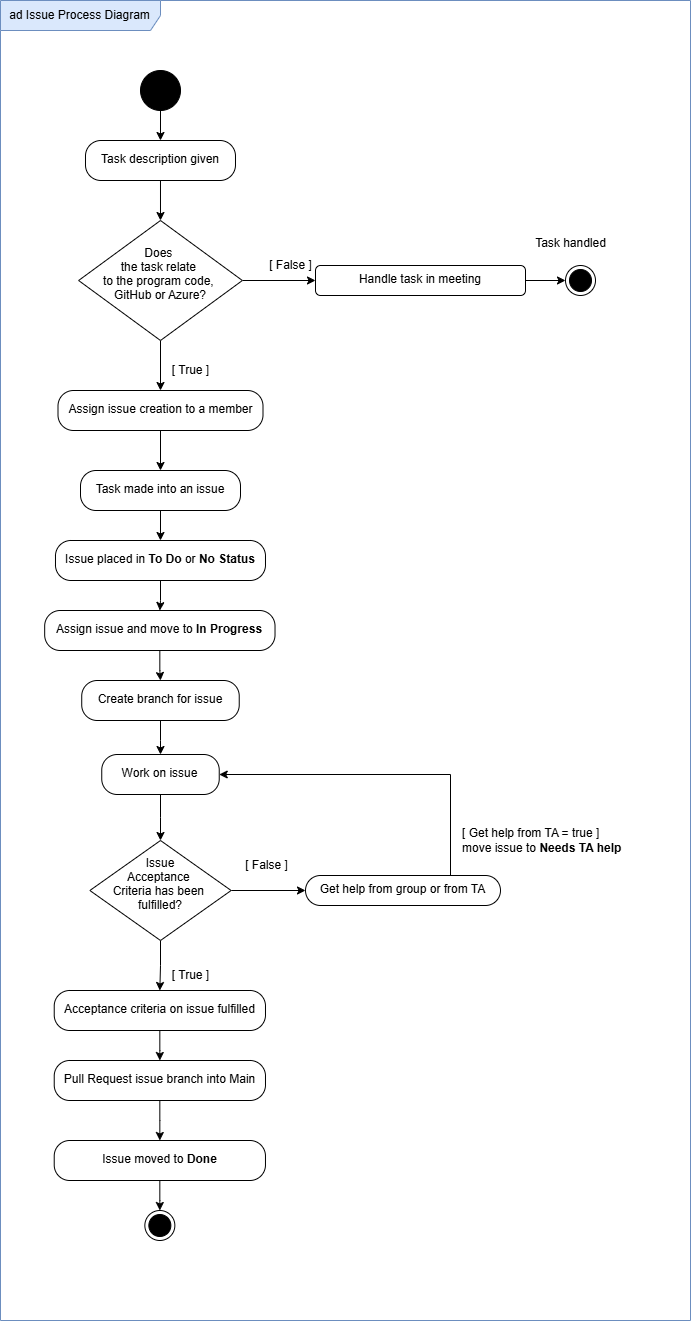
Above: docs/images/BDSA-TeamWork-diagram.png in ITU-BDSA2024-GROUP30/Chirp (draw.io), before the change. Source tidied: cells renumbered, new cells last; positions are measured from the earlier drawing's top-left corner, leaving out a move shared by most shapes.
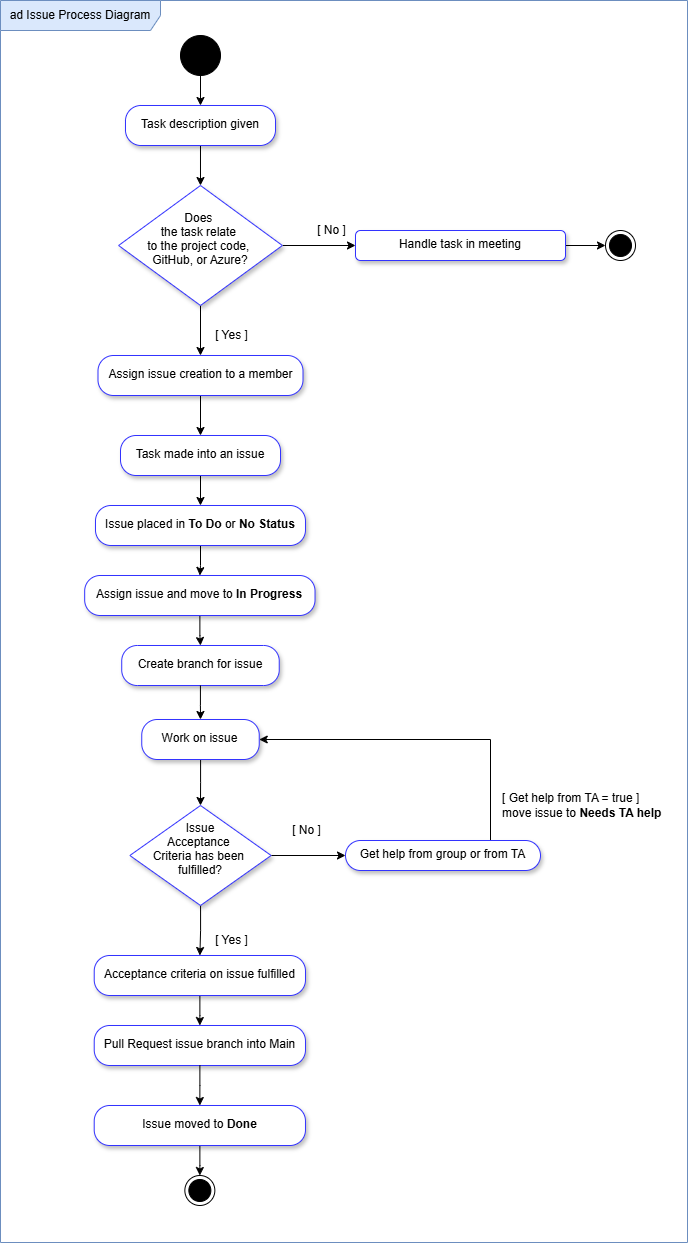
The same file after the commit.

Commit message:
Report: team work diagram and text added

What changed in the source:
```diff
@@ -11,11 +11,11 @@
     <mxCell id="4" style="edgeStyle=orthogonalEdgeStyle;rounded=0;jettySize=auto;html=1;" parent="1" edge="1" source="5" target="9">
       <mxGeometry relative="1" as="geometry" />
     </mxCell>
-    <mxCell id="5" value="&lt;div style=&quot;padding-right: 0px; padding-top: 5px;&quot;&gt;&lt;span style=&quot;background-color: initial;&quot;&gt;Task&amp;nbsp;&lt;/span&gt;&lt;span style=&quot;background-color: initial;&quot;&gt;description given&lt;/span&gt;&lt;/div&gt;" style="html=1;align=center;verticalAlign=top;rounded=1;absoluteArcSize=1;arcSize=31;dashed=0;whiteSpace=wrap;" parent="1" vertex="1">
+    <mxCell id="5" value="&lt;div style=&quot;padding-right: 0px; padding-top: 5px;&quot;&gt;&lt;span style=&quot;background-color: initial;&quot;&gt;Task&amp;nbsp;&lt;/span&gt;&lt;span style=&quot;background-color: initial;&quot;&gt;description given&lt;/span&gt;&lt;/div&gt;" style="html=1;align=center;verticalAlign=top;rounded=1;absoluteArcSize=1;arcSize=31;dashed=0;whiteSpace=wrap;shadow=1;strokeColor=#3333FF;" parent="1" vertex="1">
       <mxGeometry x="85" y="140" width="150" height="40" as="geometry" />
     </mxCell>
     <mxCell id="6" value="ad Issue Process Diagram" style="shape=umlFrame;whiteSpace=wrap;html=1;width=160;fillColor=#dae8fc;strokeColor=#6c8ebf;" parent="1" vertex="1">
-      <mxGeometry width="690" height="1320" as="geometry" />
+      <mxGeometry x="-40" y="35" width="687" height="1242" as="geometry" />
     </mxCell>
     <mxCell id="7" style="edgeStyle=orthogonalEdgeStyle;rounded=0;jettySize=auto;html=1;entryX=0.5;entryY=0;entryDx=0;entryDy=0;" parent="1" edge="1" source="9" target="16">
       <mxGeometry relative="1" as="geometry" />
@@ -23,61 +23,61 @@
     <mxCell id="8" style="edgeStyle=orthogonalEdgeStyle;rounded=0;jettySize=auto;html=1;entryX=0;entryY=0.5;entryDx=0;entryDy=0;" parent="1" edge="1" source="9" target="11">
       <mxGeometry relative="1" as="geometry" />
     </mxCell>
-    <mxCell id="9" value="Does &#10;the task relate &#10;to the program code, &#10;GitHub or Azure?&#10;" style="rhombus;" parent="1" vertex="1">
+    <mxCell id="9" value="Does &#10;the task relate &#10;to the project code, &#10;GitHub, or Azure?&#10;" style="rhombus;shadow=1;strokeColor=#3333FF;" parent="1" vertex="1">
       <mxGeometry x="78.1" y="220" width="163.8" height="120" as="geometry" />
     </mxCell>
     <mxCell id="10" style="edgeStyle=orthogonalEdgeStyle;rounded=0;jettySize=auto;html=1;entryX=0;entryY=0.5;entryDx=0;entryDy=0;" parent="1" edge="1" source="11" target="14">
       <mxGeometry relative="1" as="geometry" />
     </mxCell>
-    <mxCell id="11" value="Handle&amp;nbsp;&lt;span style=&quot;background-color: initial;&quot;&gt;task in meeting&lt;/span&gt;" style="html=1;align=center;verticalAlign=top;rounded=1;absoluteArcSize=1;arcSize=10;dashed=0;whiteSpace=wrap;" parent="1" vertex="1">
+    <mxCell id="11" value="Handle&amp;nbsp;&lt;span style=&quot;background-color: initial;&quot;&gt;task in meeting&lt;/span&gt;" style="html=1;align=center;verticalAlign=top;rounded=1;absoluteArcSize=1;arcSize=10;dashed=0;whiteSpace=wrap;shadow=1;strokeColor=#3333FF;" parent="1" vertex="1">
       <mxGeometry x="315" y="265" width="210" height="30" as="geometry" />
     </mxCell>
-    <mxCell id="12" value="[ True ]" style="text;html=1;align=center;verticalAlign=middle;strokeColor=none;fillColor=none;" parent="1" vertex="1">
-      <mxGeometry x="160" y="355" width="60" height="30" as="geometry" />
+    <mxCell id="12" value="[ Yes ]" style="text;html=1;align=center;verticalAlign=middle;strokeColor=none;fillColor=none;" parent="1" vertex="1">
+      <mxGeometry x="165" y="357" width="51" height="26" as="geometry" />
     </mxCell>
-    <mxCell id="13" value="[ False ]" style="text;html=1;align=center;verticalAlign=middle;strokeColor=none;fillColor=none;" parent="1" vertex="1">
-      <mxGeometry x="255" y="250" width="70" height="30" as="geometry" />
+    <mxCell id="13" value="[ No ]" style="text;html=1;align=center;verticalAlign=middle;strokeColor=none;fillColor=none;" parent="1" vertex="1">
+      <mxGeometry x="267" y="252" width="47" height="26" as="geometry" />
     </mxCell>
-    <mxCell id="14" style="ellipse;html=1;shape=endState;fillColor=strokeColor;" parent="1" vertex="1">
+    <mxCell id="14" style="ellipse;html=1;shape=endState;fillColor=strokeColor;strokeColor=#000000;" parent="1" vertex="1">
       <mxGeometry x="565" y="265" width="30" height="30" as="geometry" />
     </mxCell>
     <mxCell id="15" style="edgeStyle=orthogonalEdgeStyle;rounded=0;jettySize=auto;html=1;entryX=0.5;entryY=0;entryDx=0;entryDy=0;" parent="1" edge="1" source="16" target="18">
       <mxGeometry relative="1" as="geometry" />
     </mxCell>
-    <mxCell id="16" value="&lt;div style=&quot;padding-right: 0px; padding-top: 5px;&quot;&gt;Assign issue creation to a member&lt;/div&gt;" style="html=1;align=center;verticalAlign=top;rounded=1;absoluteArcSize=1;arcSize=31;dashed=0;whiteSpace=wrap;" parent="1" vertex="1">
+    <mxCell id="16" value="&lt;div style=&quot;padding-right: 0px; padding-top: 5px;&quot;&gt;Assign issue creation to a member&lt;/div&gt;" style="html=1;align=center;verticalAlign=top;rounded=1;absoluteArcSize=1;arcSize=31;dashed=0;whiteSpace=wrap;shadow=1;strokeColor=#3333FF;" parent="1" vertex="1">
       <mxGeometry x="57.5" y="390" width="205" height="40" as="geometry" />
     </mxCell>
     <mxCell id="17" style="edgeStyle=orthogonalEdgeStyle;rounded=0;jettySize=auto;html=1;entryX=0.5;entryY=0;entryDx=0;entryDy=0;" parent="1" edge="1" source="18" target="20">
       <mxGeometry relative="1" as="geometry" />
     </mxCell>
-    <mxCell id="18" value="&lt;div style=&quot;padding-right: 0px; padding-top: 5px;&quot;&gt;Task made into an issue&lt;/div&gt;" style="html=1;align=center;verticalAlign=top;rounded=1;absoluteArcSize=1;arcSize=31;dashed=0;whiteSpace=wrap;" parent="1" vertex="1">
+    <mxCell id="18" value="&lt;div style=&quot;padding-right: 0px; padding-top: 5px;&quot;&gt;Task made into an issue&lt;/div&gt;" style="html=1;align=center;verticalAlign=top;rounded=1;absoluteArcSize=1;arcSize=31;dashed=0;whiteSpace=wrap;shadow=1;strokeColor=#3333FF;" parent="1" vertex="1">
       <mxGeometry x="80" y="470" width="160" height="40" as="geometry" />
     </mxCell>
     <mxCell id="19" style="edgeStyle=orthogonalEdgeStyle;rounded=0;jettySize=auto;html=1;entryX=0.5;entryY=0;entryDx=0;entryDy=0;" parent="1" edge="1" source="20" target="22">
       <mxGeometry relative="1" as="geometry" />
     </mxCell>
-    <mxCell id="20" value="&lt;div style=&quot;padding-right: 0px; padding-top: 5px;&quot;&gt;Issue placed in&amp;nbsp;&lt;b&gt;To Do&lt;/b&gt;&amp;nbsp;or&amp;nbsp;&lt;b&gt;No Status&lt;/b&gt;&lt;/div&gt;" style="html=1;align=center;verticalAlign=top;rounded=1;absoluteArcSize=1;arcSize=31;dashed=0;whiteSpace=wrap;" parent="1" vertex="1">
+    <mxCell id="20" value="&lt;div style=&quot;padding-right: 0px; padding-top: 5px;&quot;&gt;Issue placed in&amp;nbsp;&lt;b&gt;To Do&lt;/b&gt;&amp;nbsp;or&amp;nbsp;&lt;b&gt;No Status&lt;/b&gt;&lt;/div&gt;" style="html=1;align=center;verticalAlign=top;rounded=1;absoluteArcSize=1;arcSize=31;dashed=0;whiteSpace=wrap;shadow=1;strokeColor=#3333FF;" parent="1" vertex="1">
       <mxGeometry x="55" y="540" width="210" height="40" as="geometry" />
     </mxCell>
     <mxCell id="21" style="edgeStyle=orthogonalEdgeStyle;rounded=0;jettySize=auto;html=1;entryX=0.5;entryY=0;entryDx=0;entryDy=0;" parent="1" edge="1" source="22" target="23">
       <mxGeometry relative="1" as="geometry" />
     </mxCell>
-    <mxCell id="22" value="&lt;div style=&quot;padding-right: 0px; padding-top: 5px;&quot;&gt;Assign issue and&amp;nbsp;&lt;span style=&quot;background-color: initial;&quot;&gt;move to&amp;nbsp;&lt;/span&gt;&lt;b style=&quot;background-color: initial;&quot;&gt;In Progress&lt;/b&gt;&lt;/div&gt;" style="html=1;align=center;verticalAlign=top;rounded=1;absoluteArcSize=1;arcSize=31;dashed=0;whiteSpace=wrap;" parent="1" vertex="1">
+    <mxCell id="22" value="&lt;div style=&quot;padding-right: 0px; padding-top: 5px;&quot;&gt;Assign issue and&amp;nbsp;&lt;span style=&quot;background-color: initial;&quot;&gt;move to&amp;nbsp;&lt;/span&gt;&lt;b style=&quot;background-color: initial;&quot;&gt;In Progress&lt;/b&gt;&lt;/div&gt;" style="html=1;align=center;verticalAlign=top;rounded=1;absoluteArcSize=1;arcSize=31;dashed=0;whiteSpace=wrap;shadow=1;strokeColor=#3333FF;" parent="1" vertex="1">
       <mxGeometry x="44.2" y="610" width="230.3" height="40" as="geometry" />
     </mxCell>
-    <mxCell id="23" value="&lt;div style=&quot;padding-right: 0px; padding-top: 5px;&quot;&gt;Create branch for issue&lt;/div&gt;" style="html=1;align=center;verticalAlign=top;rounded=1;absoluteArcSize=1;arcSize=31;dashed=0;whiteSpace=wrap;" parent="1" vertex="1">
+    <mxCell id="23" value="&lt;div style=&quot;padding-right: 0px; padding-top: 5px;&quot;&gt;Create branch for issue&lt;/div&gt;" style="html=1;align=center;verticalAlign=top;rounded=1;absoluteArcSize=1;arcSize=31;dashed=0;whiteSpace=wrap;shadow=1;strokeColor=#3333FF;" parent="1" vertex="1">
       <mxGeometry x="81.2" y="680" width="157.5" height="40" as="geometry" />
     </mxCell>
     <mxCell id="24" style="edgeStyle=orthogonalEdgeStyle;rounded=0;jettySize=auto;html=1;entryX=0.5;entryY=0;entryDx=0;entryDy=0;" parent="1" edge="1" source="25" target="27">
       <mxGeometry relative="1" as="geometry" />
     </mxCell>
-    <mxCell id="25" value="&lt;div style=&quot;padding-right: 0px; padding-top: 5px;&quot;&gt;Acceptance criteria on issue fulfilled&lt;/div&gt;" style="html=1;align=center;verticalAlign=top;rounded=1;absoluteArcSize=1;arcSize=31;dashed=0;whiteSpace=wrap;" parent="1" vertex="1">
+    <mxCell id="25" value="&lt;div style=&quot;padding-right: 0px; padding-top: 5px;&quot;&gt;Acceptance criteria on issue fulfilled&lt;/div&gt;" style="html=1;align=center;verticalAlign=top;rounded=1;absoluteArcSize=1;arcSize=31;dashed=0;whiteSpace=wrap;shadow=1;strokeColor=#3333FF;" parent="1" vertex="1">
       <mxGeometry x="53.7" y="990" width="211.2" height="40" as="geometry" />
     </mxCell>
     <mxCell id="26" style="edgeStyle=orthogonalEdgeStyle;rounded=0;jettySize=auto;html=1;entryX=0.5;entryY=0;entryDx=0;entryDy=0;" parent="1" edge="1" source="30" target="28">
       <mxGeometry relative="1" as="geometry" />
     </mxCell>
-    <mxCell id="27" value="&lt;div style=&quot;padding-right: 0px; padding-top: 5px;&quot;&gt;Pull Request issue branch into Main&lt;/div&gt;" style="html=1;align=center;verticalAlign=top;rounded=1;absoluteArcSize=1;arcSize=31;dashed=0;whiteSpace=wrap;" parent="1" vertex="1">
+    <mxCell id="27" value="&lt;div style=&quot;padding-right: 0px; padding-top: 5px;&quot;&gt;Pull Request issue branch into Main&lt;/div&gt;" style="html=1;align=center;verticalAlign=top;rounded=1;absoluteArcSize=1;arcSize=31;dashed=0;whiteSpace=wrap;shadow=1;strokeColor=#3333FF;" parent="1" vertex="1">
       <mxGeometry x="53.7" y="1060" width="211.2" height="40" as="geometry" />
     </mxCell>
     <mxCell id="28" style="ellipse;html=1;shape=endState;fillColor=strokeColor;" parent="1" vertex="1">
@@ -86,7 +86,7 @@
     <mxCell id="29" style="edgeStyle=orthogonalEdgeStyle;rounded=0;jettySize=auto;html=1;entryX=0.5;entryY=0;entryDx=0;entryDy=0;" parent="1" edge="1" source="27" target="30">
       <mxGeometry relative="1" as="geometry" />
     </mxCell>
-    <mxCell id="30" value="&lt;div style=&quot;padding-right: 0px; padding-top: 5px;&quot;&gt;Issue moved to &lt;b&gt;Done&lt;/b&gt;&lt;/div&gt;" style="html=1;align=center;verticalAlign=top;rounded=1;absoluteArcSize=1;arcSize=31;dashed=0;whiteSpace=wrap;" parent="1" vertex="1">
+    <mxCell id="30" value="&lt;div style=&quot;padding-right: 0px; padding-top: 5px;&quot;&gt;Issue moved to &lt;b&gt;Done&lt;/b&gt;&lt;/div&gt;" style="html=1;align=center;verticalAlign=top;rounded=1;absoluteArcSize=1;arcSize=31;dashed=0;whiteSpace=wrap;shadow=1;strokeColor=#3333FF;" parent="1" vertex="1">
       <mxGeometry x="53.7" y="1140" width="211.2" height="40" as="geometry" />
     </mxCell>
     <mxCell id="31" style="edgeStyle=orthogonalEdgeStyle;rounded=0;jettySize=auto;html=1;entryX=0.5;entryY=0;entryDx=0;entryDy=0;" parent="1" edge="1" source="40" target="34">
@@ -98,11 +98,11 @@
     <mxCell id="33" style="edgeStyle=orthogonalEdgeStyle;rounded=0;jettySize=auto;html=1;" parent="1" edge="1" source="34" target="25">
       <mxGeometry relative="1" as="geometry" />
     </mxCell>
-    <mxCell id="34" value="Issue&#10;Acceptance &#10;Criteria has been &#10;fulfilled?&#10;" style="rhombus;spacingTop=0;spacing=0;" parent="1" vertex="1">
+    <mxCell id="34" value="Issue&#10;Acceptance &#10;Criteria has been &#10;fulfilled?&#10;" style="rhombus;spacingTop=0;spacing=0;shadow=1;strokeColor=#3333FF;" parent="1" vertex="1">
       <mxGeometry x="89.4" y="840" width="141.3" height="100" as="geometry" />
     </mxCell>
-    <mxCell id="35" value="[ True ]" style="text;html=1;align=center;verticalAlign=middle;strokeColor=none;fillColor=none;" parent="1" vertex="1">
-      <mxGeometry x="160" y="960" width="60" height="30" as="geometry" />
+    <mxCell id="35" value="[ Yes ]" style="text;html=1;align=center;verticalAlign=middle;strokeColor=none;fillColor=none;" parent="1" vertex="1">
+      <mxGeometry x="165" y="962" width="51" height="26" as="geometry" />
     </mxCell>
     <mxCell id="36" style="edgeStyle=orthogonalEdgeStyle;rounded=0;jettySize=auto;html=1;entryX=1;entryY=0.5;entryDx=0;entryDy=0;" parent="1" edge="1" source="37" target="40">
       <mxGeometry relative="1" as="geometry">
@@ -111,21 +111,18 @@
         </Array>
       </mxGeometry>
     </mxCell>
-    <mxCell id="37" value="Get help from group or from TA" style="html=1;align=center;verticalAlign=top;rounded=1;absoluteArcSize=1;arcSize=31;dashed=0;whiteSpace=wrap;" parent="1" vertex="1">
+    <mxCell id="37" value="Get help from group or from TA" style="html=1;align=center;verticalAlign=top;rounded=1;absoluteArcSize=1;arcSize=31;dashed=0;whiteSpace=wrap;shadow=1;strokeColor=#3333FF;" parent="1" vertex="1">
       <mxGeometry x="305" y="875" width="195" height="30" as="geometry" />
     </mxCell>
-    <mxCell id="38" value="[ False ]" style="text;html=1;align=center;verticalAlign=middle;strokeColor=none;fillColor=none;" parent="1" vertex="1">
-      <mxGeometry x="230.6" y="850" width="70" height="30" as="geometry" />
+    <mxCell id="38" value="[ No ]" style="text;html=1;align=center;verticalAlign=middle;strokeColor=none;fillColor=none;" parent="1" vertex="1">
+      <mxGeometry x="242.6" y="852" width="47" height="26" as="geometry" />
     </mxCell>
     <mxCell id="39" style="edgeStyle=orthogonalEdgeStyle;rounded=0;jettySize=auto;html=1;entryX=0.5;entryY=0;entryDx=0;entryDy=0;" parent="1" edge="1" source="23" target="40">
       <mxGeometry relative="1" as="geometry" />
     </mxCell>
-    <mxCell id="40" value="&lt;div style=&quot;padding-right: 0px; padding-top: 5px;&quot;&gt;Work on issue&lt;/div&gt;" style="html=1;align=center;verticalAlign=top;rounded=1;absoluteArcSize=1;arcSize=31;dashed=0;whiteSpace=wrap;" parent="1" vertex="1">
+    <mxCell id="40" value="&lt;div style=&quot;padding-right: 0px; padding-top: 5px;&quot;&gt;Work on issue&lt;/div&gt;" style="html=1;align=center;verticalAlign=top;rounded=1;absoluteArcSize=1;arcSize=31;dashed=0;whiteSpace=wrap;shadow=1;strokeColor=#3333FF;" parent="1" vertex="1">
       <mxGeometry x="101.2" y="754" width="117.5" height="40" as="geometry" />
     </mxCell>
-    <mxCell id="41" value="Task handled" style="text;html=1;align=center;verticalAlign=middle;strokeColor=none;fillColor=none;" parent="1" vertex="1">
-      <mxGeometry x="525" y="228" width="90" height="30" as="geometry" />
-    </mxCell>
     <mxCell id="42" value="[ Get help from TA = true ]&amp;nbsp;&lt;div&gt;move issue to &lt;b&gt;Needs TA help&lt;/b&gt;&lt;/div&gt;" style="text;html=1;align=left;verticalAlign=middle;strokeColor=none;fillColor=none;" parent="1" vertex="1">
       <mxGeometry x="460" y="820" width="180" height="40" as="geometry" />
     </mxCell>
```
